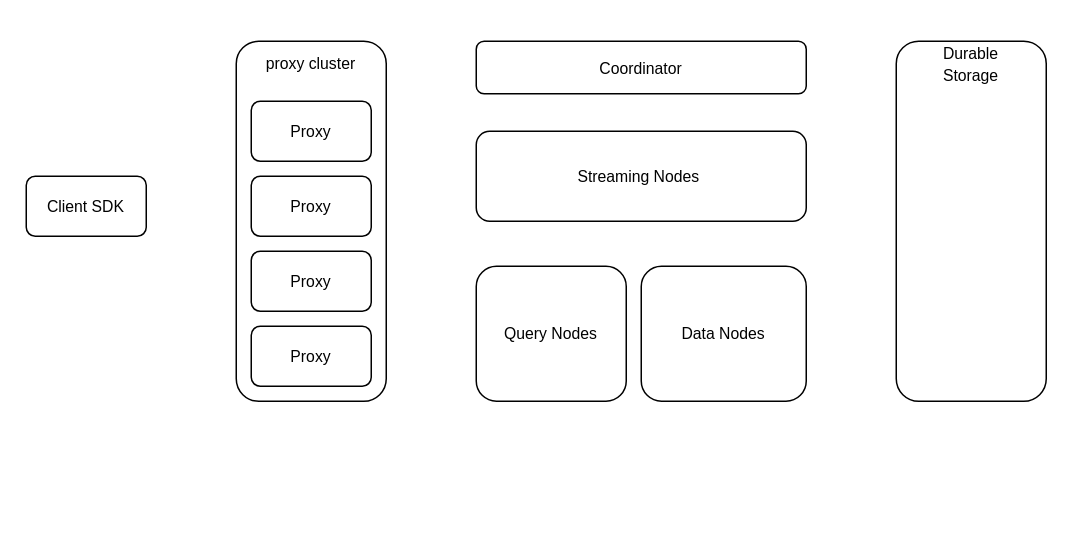
Earlier version of the draw.io diagram page "第 1 页" (1 of 3) of Milvus架构图.drawio (Chentx1243/draw.io). Source tidied: cells renumbered, new cells numbered last; positions are measured from the earlier drawing's top-left corner, leaving out a move shared by most shapes. Both pictures are drawn from the tidied source at 150%, with x=0, y=0 at pixel (26, 40).
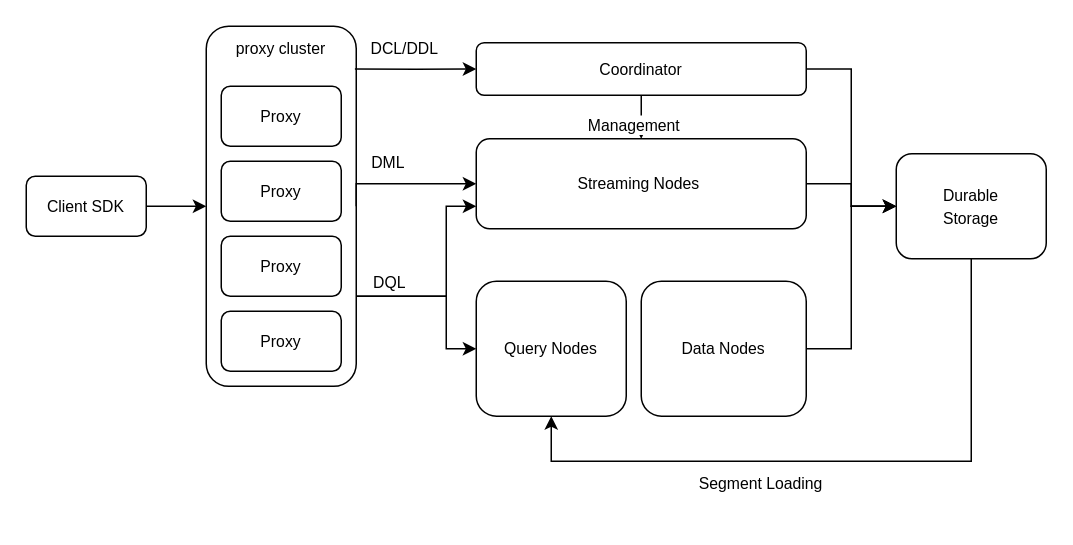
The same page after the edit.

Commit message (it also covers changes not shown here):
更新Milvus架构图.drawio

The change refers to these unchanged cells:
```xml
<mxCell id="2" value="&lt;font face=&quot;宋体&quot; style=&quot;font-size: 10.5px;&quot;&gt;Client SDK&lt;/font&gt;" style="rounded=1;whiteSpace=wrap;html=1;" parent="1" vertex="1">
  <mxGeometry y="90" width="80" height="40" as="geometry" />
</mxCell>
<mxCell id="6" style="rounded=1;whiteSpace=wrap;html=1;" parent="5" vertex="1">
  <mxGeometry width="100" height="240" as="geometry" />
</mxCell>
```

Change to the diagram source:
```diff
@@
+    <mxCell id="16" style="edgeStyle=orthogonalEdgeStyle;rounded=0;jettySize=auto;html=1;exitX=1;exitY=0.5;exitDx=0;exitDy=0;entryX=0;entryY=0.5;entryDx=0;entryDy=0;" parent="1" edge="1" source="2" target="6">
+      <mxGeometry relative="1" as="geometry" />
+    </mxCell>
@@
+    <mxCell id="17" style="edgeStyle=orthogonalEdgeStyle;rounded=0;jettySize=auto;html=1;" parent="1" edge="1" source="3" target="4">
+      <mxGeometry relative="1" as="geometry" />
+    </mxCell>
+    <mxCell id="18" value="&lt;font face=&quot;宋体&quot; style=&quot;font-size: 10.5px;&quot;&gt;Management&lt;/font&gt;" style="edgeLabel;html=1;align=center;verticalAlign=middle;" parent="17" vertex="1">
+      <mxGeometry x="-0.16" y="3" relative="1" as="geometry">
+        <mxPoint x="-3" as="offset" />
+      </mxGeometry>
+    </mxCell>
+    <mxCell id="19" style="edgeStyle=orthogonalEdgeStyle;rounded=0;jettySize=auto;html=1;exitX=1;exitY=0.5;exitDx=0;exitDy=0;entryX=0;entryY=0.5;entryDx=0;entryDy=0;" parent="1" edge="1" source="3" target="15">
+      <mxGeometry relative="1" as="geometry" />
+    </mxCell>
     <mxCell id="3" value="&lt;font face=&quot;宋体&quot; style=&quot;font-size: 10.5px;&quot;&gt;Coordinator&lt;/font&gt;" style="rounded=1;whiteSpace=wrap;html=1;" parent="1" vertex="1">
-      <mxGeometry x="300" width="220" height="35" as="geometry" />
+      <mxGeometry x="300" y="1" width="220" height="35" as="geometry" />
     </mxCell>
+    <mxCell id="20" style="edgeStyle=orthogonalEdgeStyle;rounded=0;jettySize=auto;html=1;entryX=0;entryY=0.5;entryDx=0;entryDy=0;" parent="1" edge="1" source="4" target="15">
+      <mxGeometry relative="1" as="geometry" />
+    </mxCell>
     <mxCell id="4" value="&lt;font face=&quot;宋体&quot; style=&quot;font-size: 10.5px;&quot;&gt;Streaming Nodes&amp;nbsp;&lt;/font&gt;" style="rounded=1;whiteSpace=wrap;html=1;" parent="1" vertex="1">
-      <mxGeometry x="300" y="60" width="220" height="60" as="geometry" />
+      <mxGeometry x="300" y="65" width="220" height="60" as="geometry" />
     </mxCell>
     <mxCell id="5" style="group;" parent="1" vertex="1">
-      <mxGeometry x="140" width="100" height="240" as="geometry" />
+      <mxGeometry x="120" y="-10" width="100" height="240" as="geometry" />
     </mxCell>
@@
     <mxCell id="12" value="&lt;font face=&quot;宋体&quot; style=&quot;font-size: 10.5px;&quot;&gt;Query Nodes&lt;/font&gt;" style="rounded=1;whiteSpace=wrap;html=1;" parent="1" vertex="1">
-      <mxGeometry x="300" y="150" width="100" height="90" as="geometry" />
+      <mxGeometry x="300" y="160" width="100" height="90" as="geometry" />
     </mxCell>
+    <mxCell id="21" style="edgeStyle=orthogonalEdgeStyle;rounded=0;jettySize=auto;html=1;entryX=0;entryY=0.5;entryDx=0;entryDy=0;" parent="1" edge="1" source="13" target="15">
+      <mxGeometry relative="1" as="geometry" />
+    </mxCell>
     <mxCell id="13" value="&lt;font face=&quot;宋体&quot; style=&quot;font-size: 10.5px;&quot;&gt;Data Nodes&lt;/font&gt;" style="rounded=1;whiteSpace=wrap;html=1;" parent="1" vertex="1">
-      <mxGeometry x="410" y="150" width="110" height="90" as="geometry" />
+      <mxGeometry x="410" y="160" width="110" height="90" as="geometry" />
     </mxCell>
+    <mxCell id="22" style="edgeStyle=orthogonalEdgeStyle;rounded=0;jettySize=auto;html=1;exitX=0.5;exitY=1;exitDx=0;exitDy=0;entryX=0.5;entryY=1;entryDx=0;entryDy=0;" parent="1" edge="1" source="14" target="12">
+      <mxGeometry relative="1" as="geometry">
+        <Array as="points">
+          <mxPoint x="630" y="280" />
+          <mxPoint x="350" y="280" />
+        </Array>
+      </mxGeometry>
+    </mxCell>
+    <mxCell id="23" style="edgeStyle=orthogonalEdgeStyle;rounded=0;jettySize=auto;html=1;exitX=0.991;exitY=0.119;exitDx=0;exitDy=0;entryX=0;entryY=0.5;entryDx=0;entryDy=0;exitPerimeter=0;" parent="1" edge="1" source="6" target="3">
+      <mxGeometry relative="1" as="geometry" />
+    </mxCell>
+    <mxCell id="24" value="&lt;font face=&quot;宋体&quot; style=&quot;font-size: 10.5px;&quot;&gt;DCL/DDL&lt;/font&gt;" style="edgeLabel;html=1;align=center;verticalAlign=middle;" parent="23" vertex="1">
+      <mxGeometry x="-0.33" y="2" relative="1" as="geometry">
+        <mxPoint x="5" y="-12" as="offset" />
+      </mxGeometry>
+    </mxCell>
+    <mxCell id="25" style="edgeStyle=orthogonalEdgeStyle;rounded=0;jettySize=auto;html=1;exitX=1;exitY=0.5;exitDx=0;exitDy=0;entryX=0;entryY=0.5;entryDx=0;entryDy=0;" parent="1" edge="1" source="6" target="4">
+      <mxGeometry relative="1" as="geometry">
+        <Array as="points">
+          <mxPoint x="220" y="95" />
+        </Array>
+      </mxGeometry>
+    </mxCell>
+    <mxCell id="26" value="&lt;font face=&quot;宋体&quot; style=&quot;font-size: 10.5px;&quot;&gt;DML&lt;/font&gt;" style="edgeLabel;html=1;align=center;verticalAlign=middle;" parent="25" vertex="1">
+      <mxGeometry x="-0.2" relative="1" as="geometry">
+        <mxPoint x="-3" y="-15" as="offset" />
+      </mxGeometry>
+    </mxCell>
+    <mxCell id="27" style="edgeStyle=orthogonalEdgeStyle;rounded=0;jettySize=auto;html=1;exitX=1;exitY=0.75;exitDx=0;exitDy=0;" parent="1" edge="1" source="6">
+      <mxGeometry relative="1" as="geometry">
+        <mxPoint x="300" y="110" as="targetPoint" />
+        <Array as="points">
+          <mxPoint x="280" y="170" />
+          <mxPoint x="280" y="110" />
+        </Array>
+      </mxGeometry>
+    </mxCell>
+    <mxCell id="28" style="edgeStyle=orthogonalEdgeStyle;rounded=0;jettySize=auto;html=1;exitX=1;exitY=0.75;exitDx=0;exitDy=0;entryX=0;entryY=0.5;entryDx=0;entryDy=0;" parent="1" edge="1" source="6" target="12">
+      <mxGeometry relative="1" as="geometry">
+        <Array as="points">
+          <mxPoint x="280" y="170" />
+          <mxPoint x="280" y="205" />
+        </Array>
+      </mxGeometry>
+    </mxCell>
+    <mxCell id="29" value="&lt;font face=&quot;宋体&quot; style=&quot;font-size: 10.5px;&quot;&gt;DQL&lt;/font&gt;" style="edgeLabel;html=1;align=center;verticalAlign=middle;" parent="28" vertex="1">
+      <mxGeometry x="-0.67" y="1" relative="1" as="geometry">
+        <mxPoint x="2" y="-9" as="offset" />
+      </mxGeometry>
+    </mxCell>
+    <mxCell id="30" value="&lt;font face=&quot;宋体&quot; style=&quot;font-size: 10.5px;&quot;&gt;Segment Loading&lt;/font&gt;" style="text;html=1;whiteSpace=wrap;strokeColor=none;fillColor=none;align=center;verticalAlign=middle;rounded=0;" parent="1" vertex="1">
+      <mxGeometry x="440" y="280" width="100" height="30" as="geometry" />
+    </mxCell>
+    <mxCell id="31" style="edgeStyle=orthogonalEdgeStyle;rounded=0;orthogonalLoop=1;jettySize=auto;html=1;exitX=0.5;exitY=1;exitDx=0;exitDy=0;" parent="1" edge="1" source="30" target="30">
+      <mxGeometry relative="1" as="geometry" />
+    </mxCell>
+    <mxCell id="32" style="group;" parent="1" vertex="1">
+      <mxGeometry x="580" y="75" width="100" height="70" as="geometry" />
+    </mxCell>
-    <mxCell id="14" style="rounded=1;whiteSpace=wrap;html=1;" parent="1" vertex="1">
-      <mxGeometry x="580" width="100" height="240" as="geometry" />
+    <mxCell id="14" style="rounded=1;whiteSpace=wrap;html=1;" parent="32" vertex="1">
+      <mxGeometry width="100" height="70" as="geometry" />
     </mxCell>
-    <mxCell id="15" value="&lt;font face=&quot;宋体&quot; style=&quot;font-size: 10.5px;&quot;&gt;Durable&lt;/font&gt;&lt;div&gt;&lt;font face=&quot;宋体&quot; style=&quot;font-size: 10.5px;&quot;&gt;Storage&lt;/font&gt;&lt;/div&gt;" style="text;html=1;whiteSpace=wrap;strokeColor=none;fillColor=none;align=center;verticalAlign=middle;rounded=0;" parent="1" vertex="1">
-      <mxGeometry x="580" width="100" height="30" as="geometry" />
+    <mxCell id="15" value="&lt;font face=&quot;宋体&quot; style=&quot;font-size: 10.5px;&quot;&gt;Durable&lt;/font&gt;&lt;div&gt;&lt;font face=&quot;宋体&quot; style=&quot;font-size: 10.5px;&quot;&gt;Storage&lt;/font&gt;&lt;/div&gt;" style="text;html=1;whiteSpace=wrap;strokeColor=none;fillColor=none;align=center;verticalAlign=middle;rounded=0;" parent="32" vertex="1">
+      <mxGeometry y="20" width="100" height="30" as="geometry" />
     </mxCell>
```
